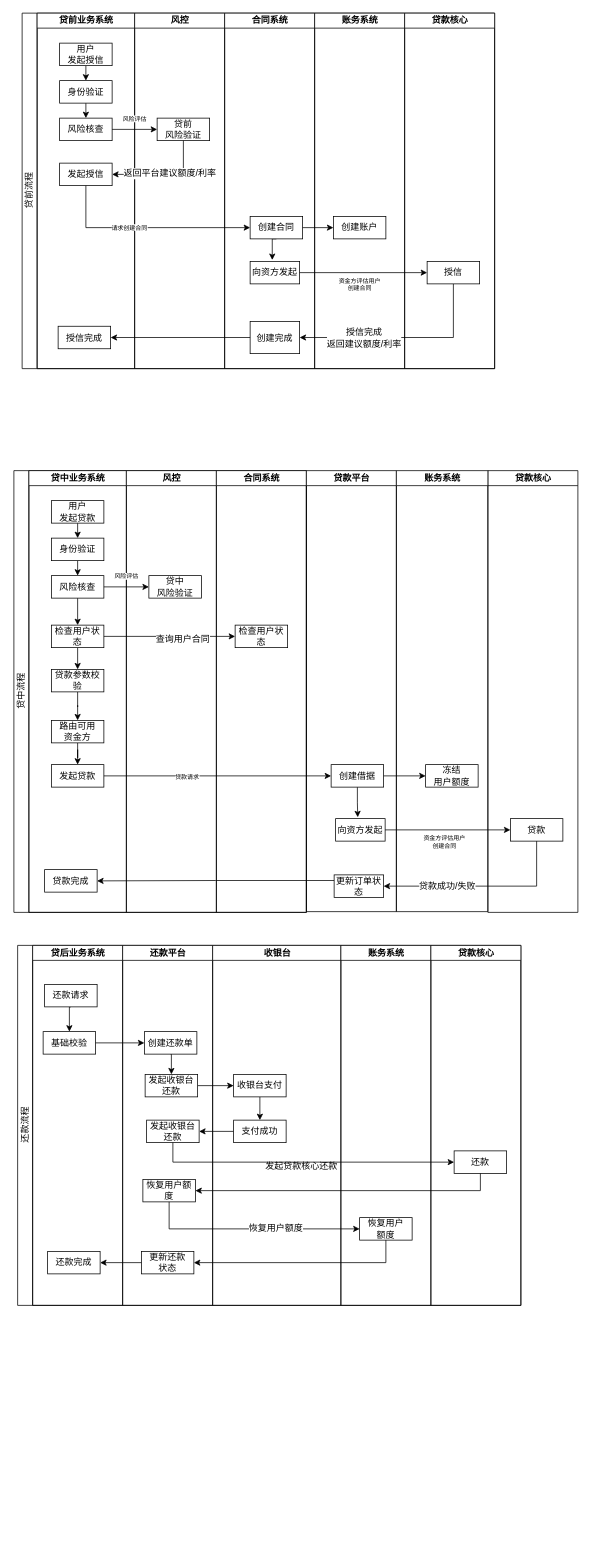
This is 金融泳道图.drawio from dahuzilaoyaoguai/pict, a draw.io file, before an edit. Source tidied: cells renumbered, new cells numbered last; positions are measured from the earlier drawing's top-left corner, leaving out a move shared by most shapes. Both pictures are drawn from the tidied source at 75%, with x=0, y=0 at pixel (14, 13).
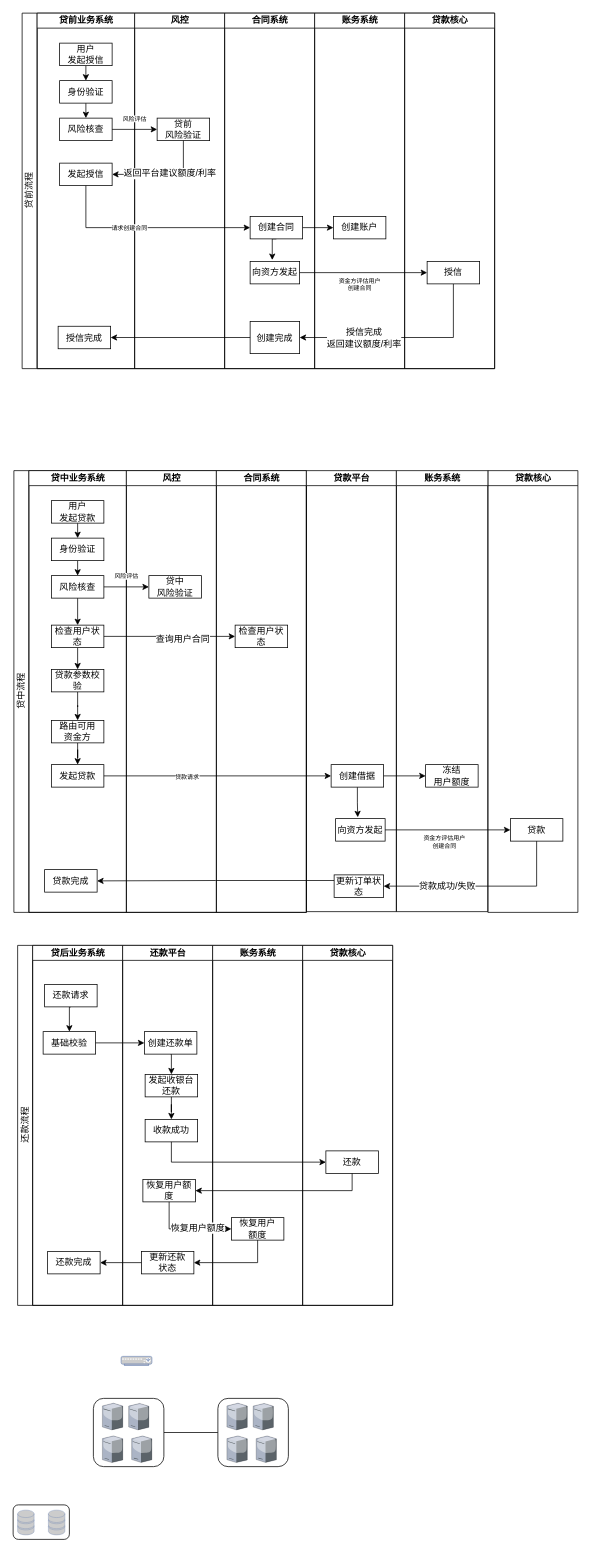
The same diagram, later.

Commit message:
更新金融泳道图.drawio

The change refers to these unchanged cells:
```xml
<mxCell id="84" value="还款平台" style="swimlane;html=1;startSize=20;" parent="76" vertex="1">
  <mxGeometry x="140" width="120" height="480" as="geometry" />
</mxCell>
<mxCell id="88" value="发起收银台还款" style="rounded=0;whiteSpace=wrap;html=1;" parent="84" vertex="1">
  <mxGeometry x="30" y="172" width="70" height="30" as="geometry" />
</mxCell>
```

The edit, as a diff of the source:
```diff
@@
+    <mxCell id="107" style="rounded=1;whiteSpace=wrap;html=1;" parent="1" vertex="1">
+      <mxGeometry x="-1" y="1989" width="75" height="46" as="geometry" />
+    </mxCell>
+    <mxCell id="108" style="edgeStyle=orthogonalEdgeStyle;rounded=0;jettySize=auto;html=1;exitX=1;exitY=0.5;exitDx=0;exitDy=0;entryX=0;entryY=0.5;entryDx=0;entryDy=0;startArrow=none;startFill=0;endArrow=none;endFill=0;" parent="1" edge="1" source="109" target="118">
+      <mxGeometry relative="1" as="geometry" />
+    </mxCell>
+    <mxCell id="109" style="rounded=1;whiteSpace=wrap;html=1;" parent="1" vertex="1">
+      <mxGeometry x="106" y="1847" width="94" height="91" as="geometry" />
+    </mxCell>
@@
     <mxCell id="76" value="还款流程" style="swimlane;html=1;startSize=20;horizontal=0;fontStyle=0;" parent="1" vertex="1">
-      <mxGeometry x="5" y="1243" width="671" height="480" as="geometry" />
+      <mxGeometry x="5" y="1243" width="500" height="480" as="geometry" />
     </mxCell>
@@
-    <mxCell id="82" style="edgeStyle=orthogonalEdgeStyle;rounded=0;jettySize=auto;html=1;" parent="76" edge="1" source="88" target="93">
-      <mxGeometry relative="1" as="geometry" />
-    </mxCell>
-    <mxCell id="83" style="edgeStyle=orthogonalEdgeStyle;rounded=0;jettySize=auto;html=1;exitX=0;exitY=0.5;exitDx=0;exitDy=0;entryX=1;entryY=0.5;entryDx=0;entryDy=0;" parent="76" edge="1" source="94" target="89">
-      <mxGeometry relative="1" as="geometry" />
-    </mxCell>
@@
+    <mxCell id="110" style="edgeStyle=orthogonalEdgeStyle;rounded=0;jettySize=auto;html=1;exitX=0.5;exitY=1;exitDx=0;exitDy=0;startArrow=none;startFill=0;endArrow=classic;endFill=1;" parent="84" edge="1" source="88" target="89">
+      <mxGeometry relative="1" as="geometry" />
+    </mxCell>
@@
+    <mxCell id="90" value="恢复用户额度" style="rounded=0;whiteSpace=wrap;html=1;" parent="84" vertex="1">
+      <mxGeometry x="27" y="312" width="70" height="30" as="geometry" />
+    </mxCell>
-    <mxCell id="89" value="发起收银台还款" style="rounded=0;whiteSpace=wrap;html=1;" parent="84" vertex="1">
-      <mxGeometry x="32" y="233" width="70" height="30" as="geometry" />
+    <mxCell id="89" value="收款成功" style="rounded=0;whiteSpace=wrap;html=1;" parent="84" vertex="1">
+      <mxGeometry x="30" y="232" width="70" height="30" as="geometry" />
     </mxCell>
-    <mxCell id="90" value="恢复用户额度" style="rounded=0;whiteSpace=wrap;html=1;" parent="84" vertex="1">
-      <mxGeometry x="27" y="312" width="70" height="30" as="geometry" />
-    </mxCell>
-    <mxCell id="91" value="收银台" style="swimlane;html=1;startSize=20;" parent="76" vertex="1">
-      <mxGeometry x="260" width="171" height="480" as="geometry" />
-    </mxCell>
-    <mxCell id="92" style="edgeStyle=orthogonalEdgeStyle;rounded=0;jettySize=auto;html=1;exitX=0.5;exitY=1;exitDx=0;exitDy=0;entryX=0.5;entryY=0;entryDx=0;entryDy=0;" parent="91" edge="1" source="93" target="94">
-      <mxGeometry relative="1" as="geometry" />
-    </mxCell>
-    <mxCell id="93" value="收银台支付" style="rounded=0;whiteSpace=wrap;html=1;" parent="91" vertex="1">
-      <mxGeometry x="28" y="172" width="70" height="30" as="geometry" />
-    </mxCell>
-    <mxCell id="94" value="支付成功" style="rounded=0;whiteSpace=wrap;html=1;" parent="91" vertex="1">
-      <mxGeometry x="28" y="233" width="70" height="30" as="geometry" />
-    </mxCell>
-    <mxCell id="95" value="发起贷款核心还款" style="text;html=1;align=center;verticalAlign=middle;" parent="91" vertex="1">
-      <mxGeometry x="65" y="286" width="106" height="18" as="geometry" />
-    </mxCell>
     <mxCell id="96" value="账务系统" style="swimlane;html=1;startSize=20;" parent="76" vertex="1">
-      <mxGeometry x="431" width="120" height="480" as="geometry" />
+      <mxGeometry x="260" width="120" height="480" as="geometry" />
     </mxCell>
@@
     <mxCell id="98" value="贷款核心" style="swimlane;html=1;startSize=20;" parent="76" vertex="1">
-      <mxGeometry x="551" width="120" height="480" as="geometry" />
+      <mxGeometry x="380" width="120" height="480" as="geometry" />
     </mxCell>
@@
+    <mxCell id="111" style="fontColor=#0066CC;verticalAlign=top;verticalLabelPosition=bottom;labelPosition=center;align=center;html=1;fillColor=#CCCCCC;strokeColor=#6881B3;gradientColor=none;gradientDirection=north;strokeWidth=2;shape=mxgraph.networks.storage;" parent="1" vertex="1">
+      <mxGeometry x="46" y="1996" width="22" height="33" as="geometry" />
+    </mxCell>
+    <mxCell id="112" style="fontColor=#0066CC;verticalAlign=top;verticalLabelPosition=bottom;labelPosition=center;align=center;html=1;fillColor=#CCCCCC;strokeColor=#6881B3;gradientColor=none;gradientDirection=north;strokeWidth=2;shape=mxgraph.networks.load_balancer;" parent="1" vertex="1">
+      <mxGeometry x="143" y="1791" width="41" height="12" as="geometry" />
+    </mxCell>
+    <mxCell id="113" style="verticalLabelPosition=bottom;html=1;verticalAlign=top;strokeColor=none;align=center;shape=mxgraph.citrix.license_server;" parent="1" vertex="1">
+      <mxGeometry x="118" y="1853.4" width="27.2" height="35.6" as="geometry" />
+    </mxCell>
+    <mxCell id="114" style="verticalLabelPosition=bottom;html=1;verticalAlign=top;strokeColor=none;align=center;shape=mxgraph.citrix.license_server;" parent="1" vertex="1">
+      <mxGeometry x="153" y="1853.7" width="27" height="35.3" as="geometry" />
+    </mxCell>
+    <mxCell id="115" style="fontColor=#0066CC;verticalAlign=top;verticalLabelPosition=bottom;labelPosition=center;align=center;html=1;fillColor=#CCCCCC;strokeColor=#6881B3;gradientColor=none;gradientDirection=north;strokeWidth=2;shape=mxgraph.networks.storage;" parent="1" vertex="1">
+      <mxGeometry x="5" y="1996" width="22" height="33" as="geometry" />
+    </mxCell>
+    <mxCell id="116" style="verticalLabelPosition=bottom;html=1;verticalAlign=top;strokeColor=none;align=center;shape=mxgraph.citrix.license_server;" parent="1" vertex="1">
+      <mxGeometry x="118" y="1897" width="27.2" height="35.6" as="geometry" />
+    </mxCell>
+    <mxCell id="117" style="verticalLabelPosition=bottom;html=1;verticalAlign=top;strokeColor=none;align=center;shape=mxgraph.citrix.license_server;" parent="1" vertex="1">
+      <mxGeometry x="157" y="1897.1" width="27" height="35.3" as="geometry" />
+    </mxCell>
+    <mxCell id="118" style="rounded=1;whiteSpace=wrap;html=1;" parent="1" vertex="1">
+      <mxGeometry x="272" y="1847" width="94" height="91" as="geometry" />
+    </mxCell>
+    <mxCell id="119" style="verticalLabelPosition=bottom;html=1;verticalAlign=top;strokeColor=none;align=center;shape=mxgraph.citrix.license_server;" parent="1" vertex="1">
+      <mxGeometry x="284" y="1853.4" width="27.2" height="35.6" as="geometry" />
+    </mxCell>
+    <mxCell id="120" style="verticalLabelPosition=bottom;html=1;verticalAlign=top;strokeColor=none;align=center;shape=mxgraph.citrix.license_server;" parent="1" vertex="1">
+      <mxGeometry x="319" y="1853.7" width="27" height="35.3" as="geometry" />
+    </mxCell>
+    <mxCell id="121" style="verticalLabelPosition=bottom;html=1;verticalAlign=top;strokeColor=none;align=center;shape=mxgraph.citrix.license_server;" parent="1" vertex="1">
+      <mxGeometry x="284" y="1897" width="27.2" height="35.6" as="geometry" />
+    </mxCell>
+    <mxCell id="122" style="verticalLabelPosition=bottom;html=1;verticalAlign=top;strokeColor=none;align=center;shape=mxgraph.citrix.license_server;" parent="1" vertex="1">
+      <mxGeometry x="323" y="1897.1" width="27" height="35.3" as="geometry" />
+    </mxCell>
```
